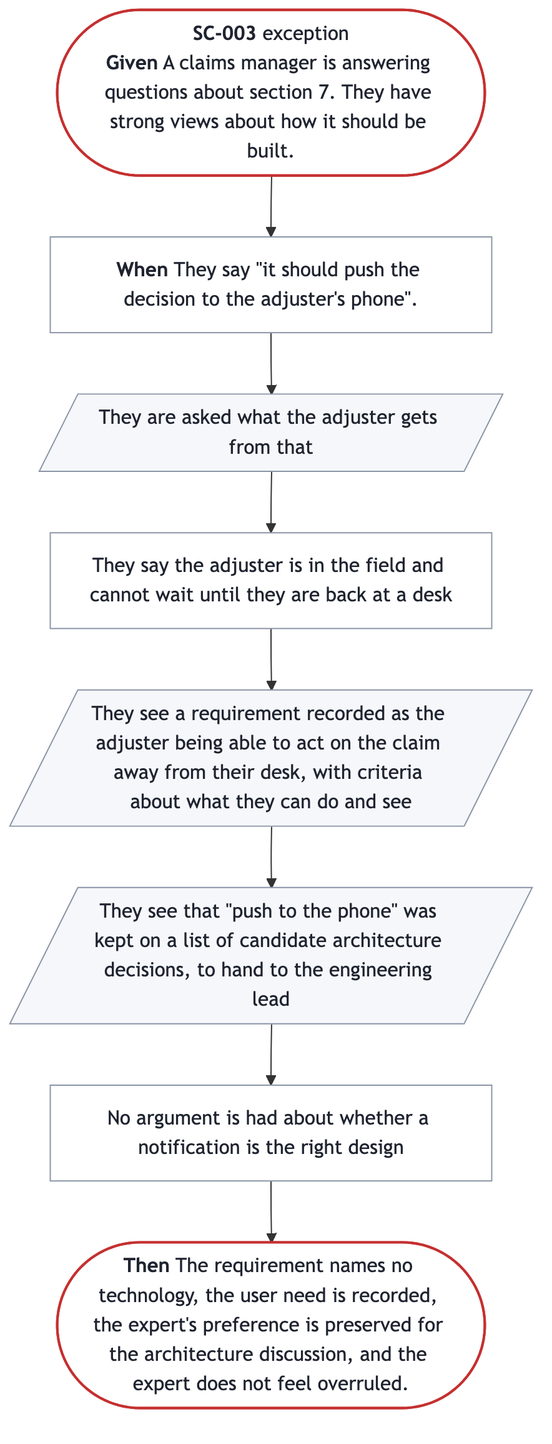
The Mermaid diagram docs/prd/prd-forge/diagrams/SC-003.png in SpillwaveSolutions/prd-forge, before a commit. Its source is kept beside it as docs/prd/prd-forge/diagrams/SC-003.mmd.
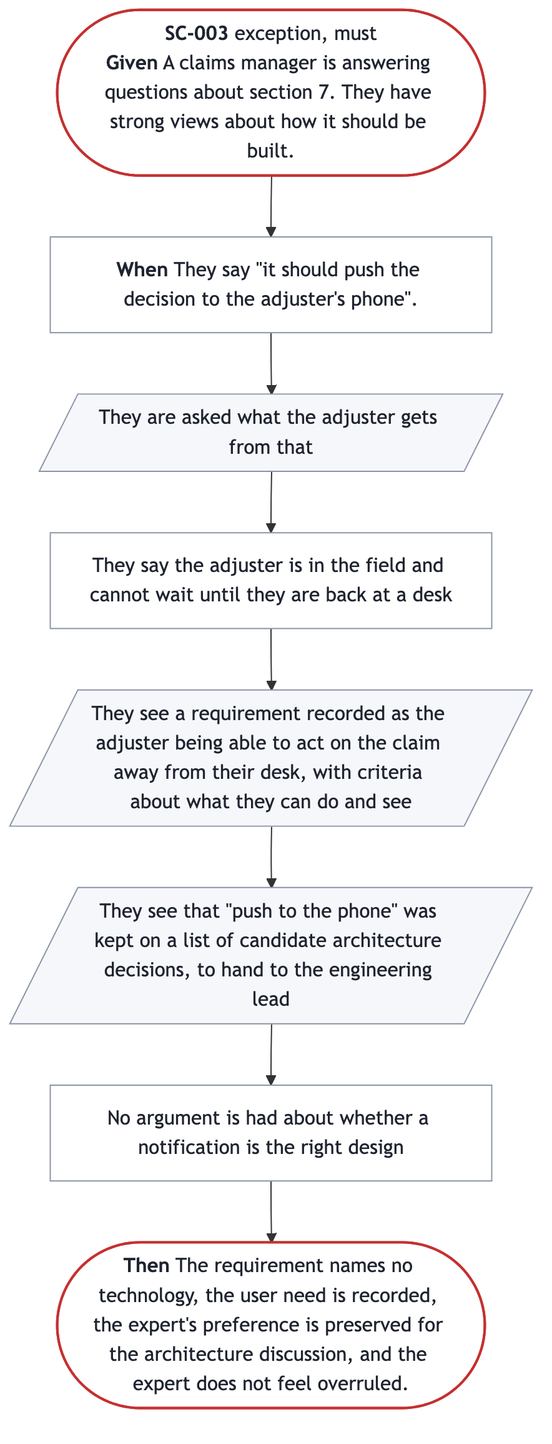
The same diagram one commit later.

Change to the diagram source:
```diff
@@ -1,6 +1,6 @@
 %%{init: {"flowchart": {"wrappingWidth": 300}}}%%
 flowchart TB
-  start(["<b>SC-003</b> exception<br/><b>Given</b> A claims manager is answering questions about section 7. They have strong views about how it should be built."])
+  start(["<b>SC-003</b> exception, must<br/><b>Given</b> A claims manager is answering questions about section 7. They have strong views about how it should be built."])
   trigger["<b>When</b> They say #quot;it should push the decision to the adjuster's phone#quot;."]
   s0[/"They are asked what the adjuster gets from that"/]
   s1["They say the adjuster is in the field and cannot wait until they are back at a desk"]
```
